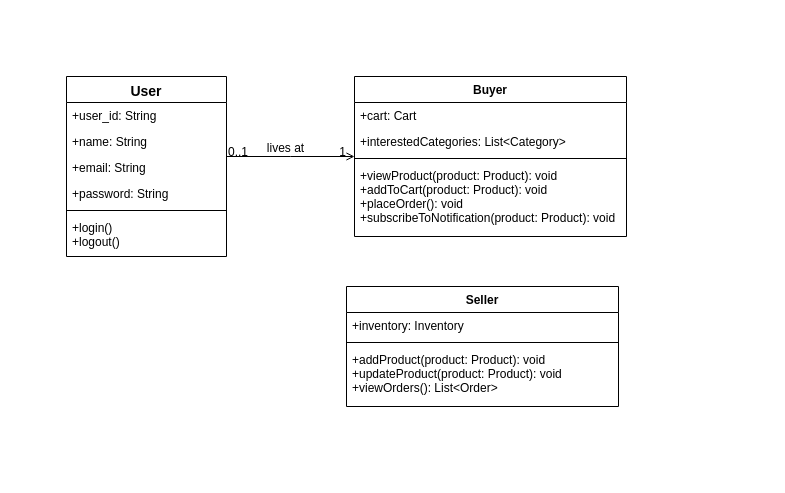
geeky-sanjay/class-diagrams keeps this draw.io diagram as Ecommerce-Class-Diagram.drawio. Above is the earlier version. Source tidied: cells renumbered, new cells numbered last; positions are measured from the earlier drawing's top-left corner, leaving out a move shared by most shapes. Both pictures are drawn from the tidied source at 100%, with x=0, y=0 at pixel (66, 76).
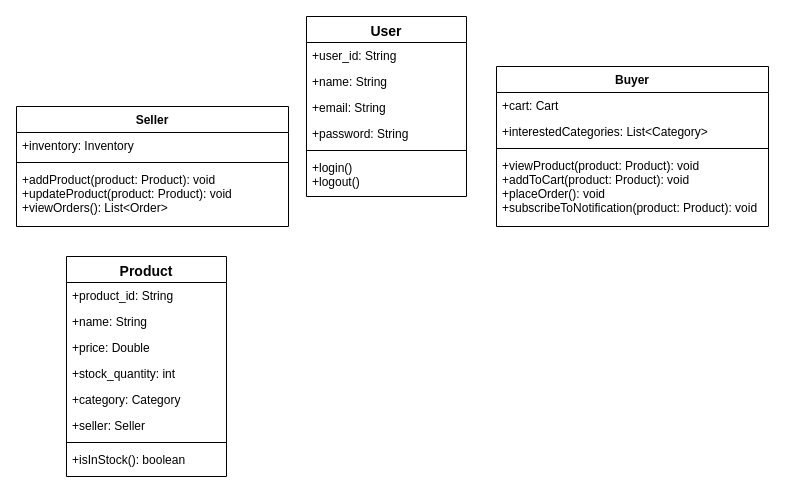
The same diagram, later.

The edit, as a diff of the source:
```diff
@@
     <mxCell id="2" value="User" style="swimlane;fontStyle=1;align=center;verticalAlign=top;horizontal=1;startSize=26;rounded=0;shadow=0;strokeWidth=1;fontSize=14;" parent="1" vertex="1">
-      <mxGeometry width="160" height="180" as="geometry" />
+      <mxGeometry x="240" y="-60" width="160" height="180" as="geometry" />
     </mxCell>
@@
     <mxCell id="9" value="Buyer" style="swimlane;fontStyle=1;align=center;verticalAlign=top;horizontal=1;startSize=26;rounded=0;shadow=0;strokeWidth=1;" parent="1" vertex="1">
-      <mxGeometry x="288" width="272" height="160" as="geometry" />
+      <mxGeometry x="430" y="-10" width="272" height="160" as="geometry" />
     </mxCell>
@@
-    <mxCell id="14" style="endArrow=open;shadow=0;strokeWidth=1;rounded=0;curved=0;endFill=1;edgeStyle=elbowEdgeStyle;elbow=vertical;" parent="1" edge="1" source="2" target="9">
-      <mxGeometry x="0.5" y="41" relative="1" as="geometry">
-        <mxPoint x="-40" y="32" as="offset" />
-      </mxGeometry>
-    </mxCell>
-    <mxCell id="15" value="0..1" style="align=left;verticalAlign=bottom;labelBackgroundColor=none;fontSize=12;" parent="14" vertex="1">
-      <mxGeometry x="-1" relative="1" as="geometry">
-        <mxPoint y="4" as="offset" />
-      </mxGeometry>
-    </mxCell>
-    <mxCell id="16" value="1" style="align=right;verticalAlign=bottom;labelBackgroundColor=none;fontSize=12;" parent="14" vertex="1">
-      <mxGeometry x="1" relative="1" as="geometry">
-        <mxPoint x="-7" y="4" as="offset" />
-      </mxGeometry>
-    </mxCell>
-    <mxCell id="17" value="lives at" style="text;html=1;align=center;verticalAlign=middle;labelBackgroundColor=none;rounded=0;shadow=0;strokeWidth=1;fontSize=12;" parent="14" vertex="1">
-      <mxGeometry x="0.5" y="49" relative="1" as="geometry">
-        <mxPoint x="-38" y="40" as="offset" />
-      </mxGeometry>
-    </mxCell>
     <mxCell id="18" value="Seller" style="swimlane;fontStyle=1;align=center;verticalAlign=top;horizontal=1;startSize=26;rounded=0;shadow=0;strokeWidth=1;" parent="1" vertex="1">
-      <mxGeometry x="280" y="210" width="272" height="120" as="geometry" />
+      <mxGeometry x="-50" y="30" width="272" height="120" as="geometry" />
     </mxCell>
@@
+    <mxCell id="22" value="Product" style="swimlane;fontStyle=1;align=center;verticalAlign=top;horizontal=1;startSize=26;rounded=0;shadow=0;strokeWidth=1;fontSize=14;" parent="1" vertex="1">
+      <mxGeometry y="180" width="160" height="220" as="geometry" />
+    </mxCell>
+    <mxCell id="23" value="+product_id: String" style="text;align=left;verticalAlign=top;spacingLeft=4;spacingRight=4;overflow=hidden;" parent="22" vertex="1">
+      <mxGeometry y="26" width="160" height="26" as="geometry" />
+    </mxCell>
+    <mxCell id="24" value="+name: String" style="text;align=left;verticalAlign=top;spacingLeft=4;spacingRight=4;overflow=hidden;rounded=0;shadow=0;html=0;" parent="22" vertex="1">
+      <mxGeometry y="52" width="160" height="26" as="geometry" />
+    </mxCell>
+    <mxCell id="25" value="+price: Double" style="text;align=left;verticalAlign=top;spacingLeft=4;spacingRight=4;overflow=hidden;rounded=0;shadow=0;html=0;" parent="22" vertex="1">
+      <mxGeometry y="78" width="160" height="26" as="geometry" />
+    </mxCell>
+    <mxCell id="26" value="+stock_quantity: int" style="text;align=left;verticalAlign=top;spacingLeft=4;spacingRight=4;overflow=hidden;rounded=0;shadow=0;html=0;" parent="22" vertex="1">
+      <mxGeometry y="104" width="160" height="26" as="geometry" />
+    </mxCell>
+    <mxCell id="27" value="+category: Category" style="text;align=left;verticalAlign=top;spacingLeft=4;spacingRight=4;overflow=hidden;rounded=0;shadow=0;html=0;" parent="22" vertex="1">
+      <mxGeometry y="130" width="160" height="26" as="geometry" />
+    </mxCell>
+    <mxCell id="28" value="+seller: Seller" style="text;align=left;verticalAlign=top;spacingLeft=4;spacingRight=4;overflow=hidden;rounded=0;shadow=0;html=0;" parent="22" vertex="1">
+      <mxGeometry y="156" width="160" height="26" as="geometry" />
+    </mxCell>
+    <mxCell id="29" style="line;html=1;strokeWidth=1;align=left;verticalAlign=middle;spacingTop=-1;spacingLeft=3;spacingRight=3;labelPosition=right;" parent="22" vertex="1">
+      <mxGeometry y="182" width="160" height="8" as="geometry" />
+    </mxCell>
+    <mxCell id="30" value="+isInStock(): boolean" style="text;align=left;verticalAlign=top;spacingLeft=4;spacingRight=4;overflow=hidden;" parent="22" vertex="1">
+      <mxGeometry y="190" width="160" height="30" as="geometry" />
+    </mxCell>
```
